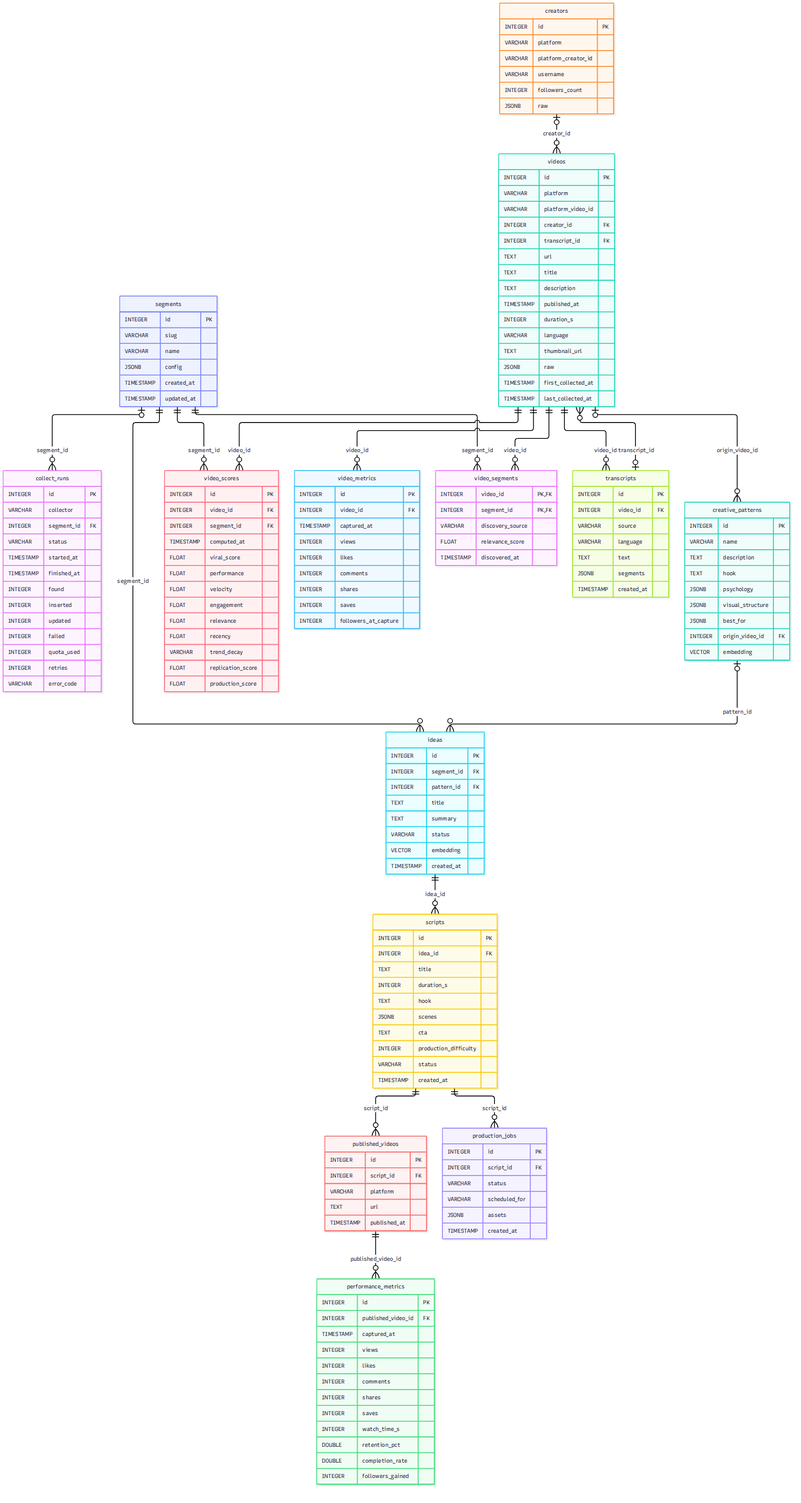
Before: docs/diagram/er.png, a diagram exported from Mermaid (leonardodg/content-factory). Its source is kept beside it as docs/diagram/er.mmd.
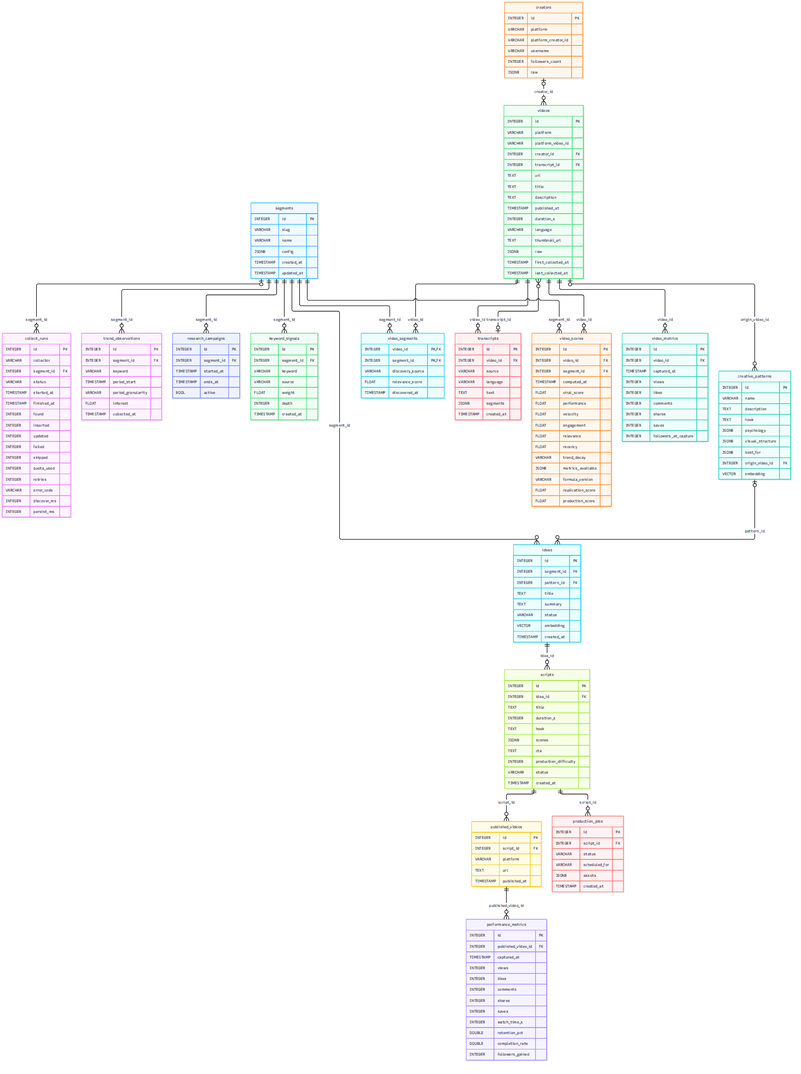
Later version of the same file.

Commit message:
docs(diagrama): regenera ER + data-model (migrações até 0009)

Diff of the diagram source:
```diff
@@ -10,9 +10,12 @@
     INTEGER inserted
     INTEGER updated
     INTEGER failed
+    INTEGER skipped
     INTEGER quota_used
     INTEGER retries
     VARCHAR error_code
+    INTEGER discover_ms
+    INTEGER persist_ms
   }
   creative_patterns {
     INTEGER id PK
@@ -41,6 +44,15 @@
     TEXT summary
     VARCHAR status
     VECTOR embedding
+    TIMESTAMP created_at
+  }
+  keyword_signals {
+    INTEGER id PK
+    INTEGER segment_id FK
+    VARCHAR keyword
+    VARCHAR source
+    FLOAT weight
+    INTEGER depth
     TIMESTAMP created_at
   }
   performance_metrics {
@@ -72,6 +84,13 @@
     TEXT url
     TIMESTAMP published_at
   }
+  research_campaigns {
+    INTEGER id PK
+    INTEGER segment_id FK
+    TIMESTAMP started_at
+    TIMESTAMP ends_at
+    BOOL active
+  }
   scripts {
     INTEGER id PK
     INTEGER idea_id FK
@@ -101,6 +120,15 @@
     JSONB segments
     TIMESTAMP created_at
   }
+  trend_observations {
+    INTEGER id PK
+    INTEGER segment_id FK
+    VARCHAR keyword
+    TIMESTAMP period_start
+    VARCHAR period_granularity
+    FLOAT interest
+    TIMESTAMP collected_at
+  }
   video_metrics {
     INTEGER id PK
     INTEGER video_id FK
@@ -124,6 +152,8 @@
     FLOAT relevance
     FLOAT recency
     VARCHAR trend_decay
+    JSONB metrics_available
+    VARCHAR formula_version
     FLOAT replication_score
     FLOAT production_score
   }
@@ -159,6 +189,9 @@
   scripts ||--o{ published_videos : "script_id"
   segments |o--o{ collect_runs : "segment_id"
   segments ||--o{ ideas : "segment_id"
+  segments ||--o{ keyword_signals : "segment_id"
+  segments ||--o{ research_campaigns : "segment_id"
+  segments ||--o{ trend_observations : "segment_id"
   segments ||--o{ video_scores : "segment_id"
   segments ||--o{ video_segments : "segment_id"
   transcripts |o--o{ videos : "transcript_id"
```
